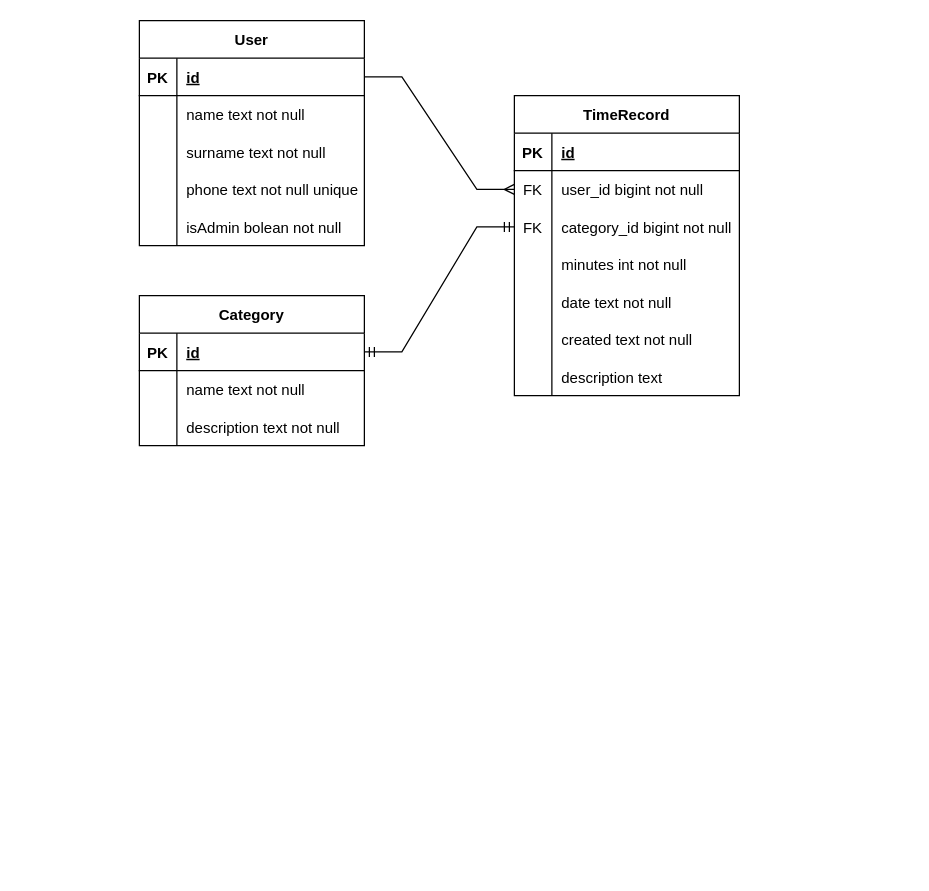
Earlier version of the draw.io diagram Untitled Diagram.drawio (gameWizzards/reporting-bot). Source tidied: cells renumbered, new cells numbered last; positions are measured from the earlier drawing's top-left corner, leaving out a move shared by most shapes. Both pictures are drawn from the tidied source at 125%, with x=0, y=0 at pixel (139, 20).
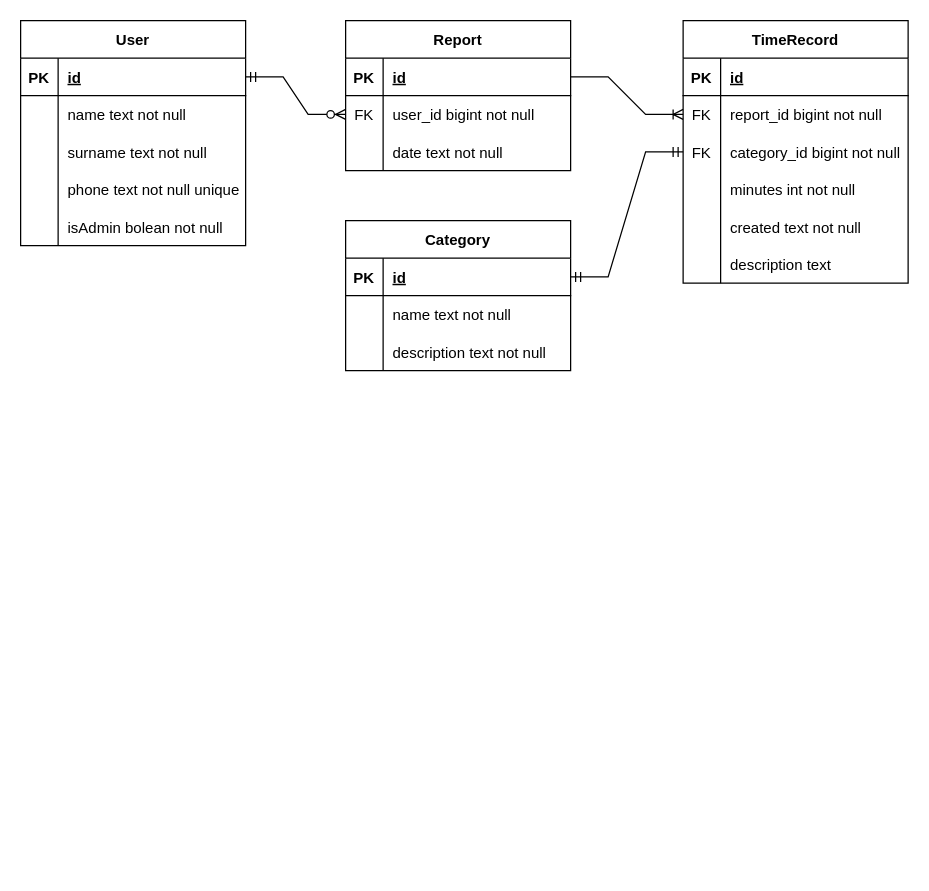
The same diagram, later.

The change refers to these unchanged cells:
```xml
<mxCell id="3" style="shape=tableRow;horizontal=0;startSize=0;swimlaneHead=0;swimlaneBody=0;fillColor=none;points=[[0,0.5],[1,0.5]];portConstraint=eastwest;top=0;left=0;right=0;bottom=1;" parent="2" vertex="1">
  <mxGeometry y="30" width="180" height="30" as="geometry" />
</mxCell>
<mxCell id="23" style="shape=tableRow;horizontal=0;startSize=0;swimlaneHead=0;swimlaneBody=0;fillColor=none;points=[[0,0.5],[1,0.5]];portConstraint=eastwest;top=0;left=0;right=0;bottom=0;" parent="19" vertex="1">
  <mxGeometry y="60" width="180" height="30" as="geometry" />
</mxCell>
```

Diff of the diagram source:
```diff
@@
     <mxCell id="2" value="User" style="shape=table;startSize=30;childLayout=tableLayout;rowLines=0;fontStyle=1;align=center;" parent="1" vertex="1">
-      <mxGeometry width="180" height="180" as="geometry" />
+      <mxGeometry x="-95" width="180" height="180" as="geometry" />
     </mxCell>
@@
     <mxCell id="19" value="TimeRecord" style="shape=table;startSize=30;childLayout=tableLayout;rowLines=0;fontStyle=1;align=center;" parent="1" vertex="1">
-      <mxGeometry x="300" y="60" width="180" height="240" as="geometry" />
+      <mxGeometry x="435" width="180" height="210" as="geometry" />
     </mxCell>
@@
-    <mxCell id="25" value="user_id bigint not null" style="shape=partialRectangle;fillColor=none;top=0;left=0;bottom=0;right=0;align=left;spacingLeft=6;overflow=hidden;" parent="23" vertex="1">
+    <mxCell id="25" value="report_id bigint not null" style="shape=partialRectangle;fillColor=none;top=0;left=0;bottom=0;right=0;align=left;spacingLeft=6;overflow=hidden;" parent="23" vertex="1">
       <mxGeometry x="30" width="150" height="30" as="geometry" />
     </mxCell>
@@
-    <mxCell id="32" style="shape=tableRow;horizontal=0;startSize=0;swimlaneHead=0;swimlaneBody=0;fillColor=none;top=0;left=0;right=0;bottom=0;" parent="19" vertex="1">
-      <mxGeometry y="150" width="180" height="30" as="geometry" />
-    </mxCell>
-    <mxCell id="33" style="shape=partialRectangle;fillColor=none;top=0;left=0;bottom=0;right=0;overflow=hidden;" parent="32" vertex="1">
-      <mxGeometry width="30" height="30" as="geometry" />
-    </mxCell>
-    <mxCell id="34" value="date text not null" style="shape=partialRectangle;fillColor=none;top=0;left=0;bottom=0;right=0;align=left;spacingLeft=6;overflow=hidden;" parent="32" vertex="1">
-      <mxGeometry x="30" width="150" height="30" as="geometry" />
-    </mxCell>
     <mxCell id="35" style="shape=tableRow;horizontal=0;startSize=0;swimlaneHead=0;swimlaneBody=0;fillColor=none;top=0;left=0;right=0;bottom=0;" parent="19" vertex="1">
-      <mxGeometry y="180" width="180" height="30" as="geometry" />
+      <mxGeometry y="150" width="180" height="30" as="geometry" />
     </mxCell>
@@
     <mxCell id="38" style="shape=tableRow;horizontal=0;startSize=0;swimlaneHead=0;swimlaneBody=0;fillColor=none;top=0;left=0;right=0;bottom=0;" parent="19" vertex="1">
-      <mxGeometry y="210" width="180" height="30" as="geometry" />
+      <mxGeometry y="180" width="180" height="30" as="geometry" />
     </mxCell>
@@
     <mxCell id="41" value="Category" style="shape=table;startSize=30;childLayout=tableLayout;rowLines=0;fontStyle=1;align=center;" parent="1" vertex="1">
-      <mxGeometry y="220" width="180" height="120" as="geometry" />
+      <mxGeometry x="165" y="160" width="180" height="120" as="geometry" />
     </mxCell>
@@
-    <mxCell id="51" style="edgeStyle=entityRelationEdgeStyle;fontSize=12;html=1;endArrow=ERmany;rounded=0;exitX=1;exitY=0.5;exitDx=0;exitDy=0;entryX=0;entryY=0.5;entryDx=0;entryDy=0;" parent="1" edge="1" source="3" target="23">
-      <mxGeometry relative="1" as="geometry" />
-    </mxCell>
@@
+    <mxCell id="53" value="Report" style="shape=table;startSize=30;childLayout=tableLayout;rowLines=0;fontStyle=1;align=center;" parent="1" vertex="1">
+      <mxGeometry x="165" width="180" height="120" as="geometry" />
+    </mxCell>
+    <mxCell id="54" style="shape=tableRow;horizontal=0;startSize=0;swimlaneHead=0;swimlaneBody=0;fillColor=none;points=[[0,0.5],[1,0.5]];portConstraint=eastwest;top=0;left=0;right=0;bottom=1;" parent="53" vertex="1">
+      <mxGeometry y="30" width="180" height="30" as="geometry" />
+    </mxCell>
+    <mxCell id="55" value="PK" style="shape=partialRectangle;fillColor=none;top=0;left=0;bottom=0;right=0;fontStyle=1;overflow=hidden;" parent="54" vertex="1">
+      <mxGeometry width="30" height="30" as="geometry" />
+    </mxCell>
+    <mxCell id="56" value="id" style="shape=partialRectangle;fillColor=none;top=0;left=0;bottom=0;right=0;align=left;spacingLeft=6;fontStyle=5;overflow=hidden;" parent="54" vertex="1">
+      <mxGeometry x="30" width="150" height="30" as="geometry" />
+    </mxCell>
+    <mxCell id="57" style="shape=tableRow;horizontal=0;startSize=0;swimlaneHead=0;swimlaneBody=0;fillColor=none;points=[[0,0.5],[1,0.5]];portConstraint=eastwest;top=0;left=0;right=0;bottom=0;" parent="53" vertex="1">
+      <mxGeometry y="60" width="180" height="30" as="geometry" />
+    </mxCell>
+    <mxCell id="58" value="FK" style="shape=partialRectangle;fillColor=none;top=0;left=0;bottom=0;right=0;overflow=hidden;" parent="57" vertex="1">
+      <mxGeometry width="30" height="30" as="geometry" />
+    </mxCell>
+    <mxCell id="59" value="user_id bigint not null" style="shape=partialRectangle;fillColor=none;top=0;left=0;bottom=0;right=0;align=left;spacingLeft=6;overflow=hidden;" parent="57" vertex="1">
+      <mxGeometry x="30" width="150" height="30" as="geometry" />
+    </mxCell>
+    <mxCell id="60" style="shape=tableRow;horizontal=0;startSize=0;swimlaneHead=0;swimlaneBody=0;fillColor=none;top=0;left=0;right=0;bottom=0;" parent="53" vertex="1">
+      <mxGeometry y="90" width="180" height="30" as="geometry" />
+    </mxCell>
+    <mxCell id="33" style="shape=partialRectangle;fillColor=none;top=0;left=0;bottom=0;right=0;overflow=hidden;" parent="60" vertex="1">
+      <mxGeometry width="30" height="30" as="geometry" />
+    </mxCell>
+    <mxCell id="34" value="date text not null" style="shape=partialRectangle;fillColor=none;top=0;left=0;bottom=0;right=0;align=left;spacingLeft=6;overflow=hidden;" parent="60" vertex="1">
+      <mxGeometry x="30" width="150" height="30" as="geometry" />
+    </mxCell>
+    <mxCell id="61" style="edgeStyle=entityRelationEdgeStyle;fontSize=12;html=1;endArrow=ERzeroToMany;startArrow=ERmandOne;rounded=0;exitX=1;exitY=0.5;exitDx=0;exitDy=0;entryX=0;entryY=0.5;entryDx=0;entryDy=0;" parent="1" edge="1" source="3" target="57">
+      <mxGeometry relative="1" as="geometry" />
+    </mxCell>
+    <mxCell id="62" style="edgeStyle=entityRelationEdgeStyle;fontSize=12;html=1;endArrow=ERoneToMany;rounded=0;exitX=1;exitY=0.5;exitDx=0;exitDy=0;entryX=0;entryY=0.5;entryDx=0;entryDy=0;" parent="1" edge="1" source="54" target="23">
+      <mxGeometry relative="1" as="geometry" />
+    </mxCell>
```
